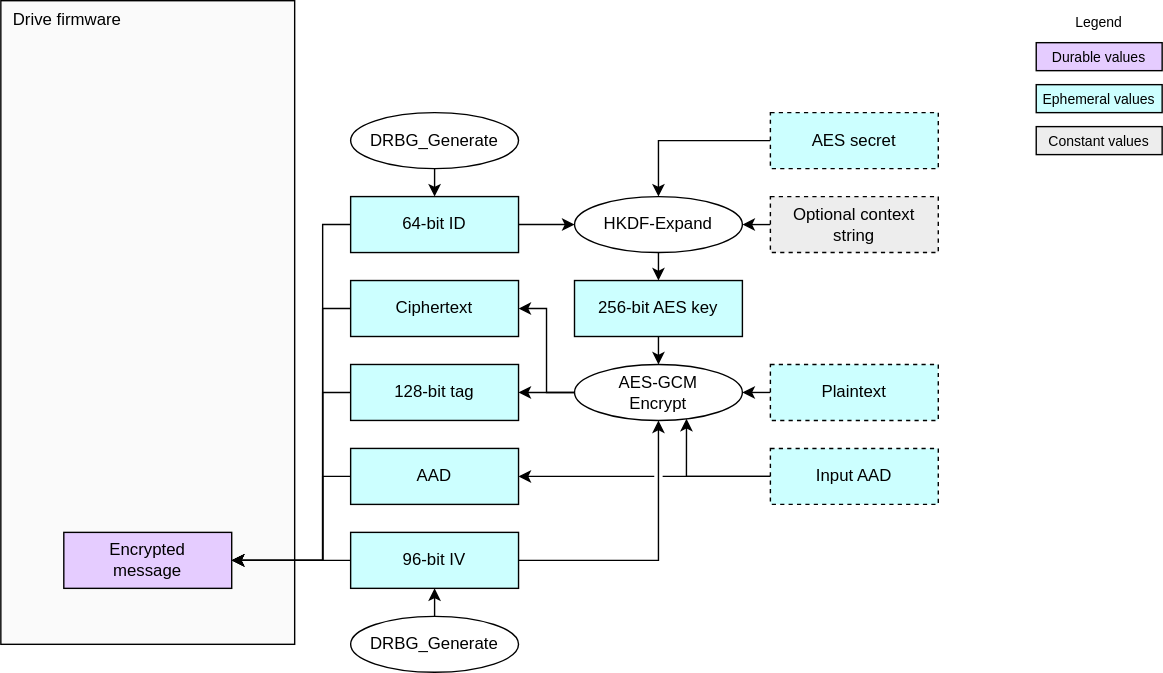
The draw.io diagram doc/ocp_lock/diagrams/preconditioned_aes_encrypt.drawio.svg in chipsalliance/Caliptra, before a commit. Source tidied: cells renumbered, new cells last; positions are measured from the earlier drawing's top-left corner, leaving out a move shared by most shapes.
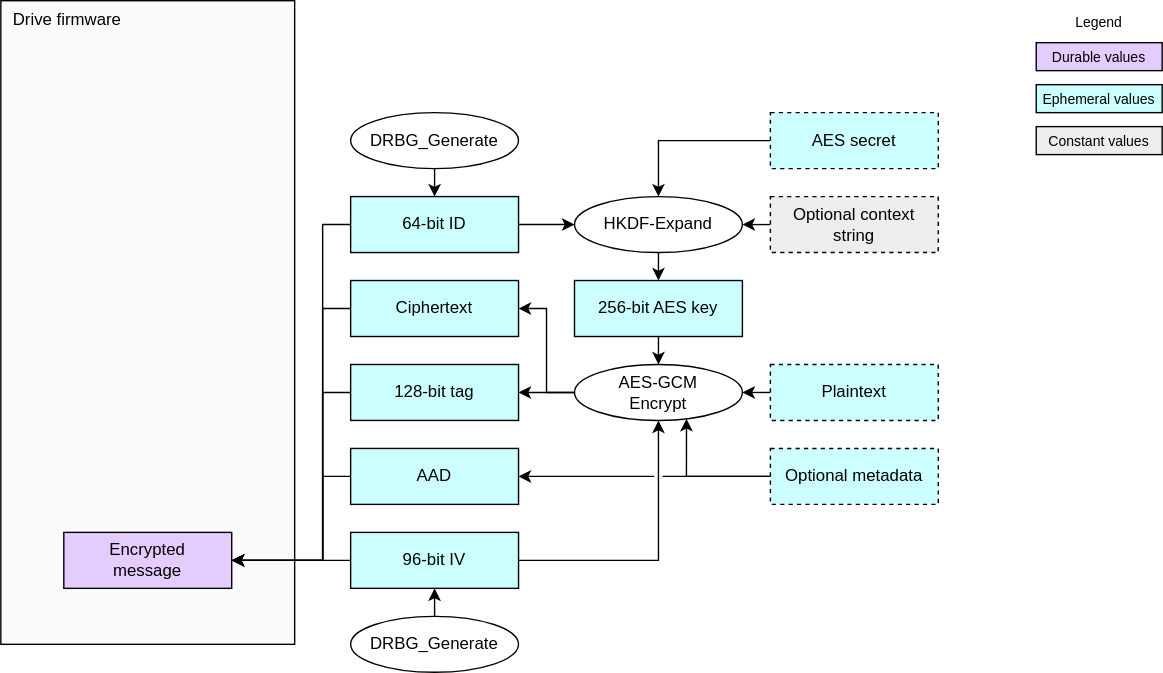
The same diagram one commit later.

Diff of the diagram source:
```diff
@@ -138,7 +138,7 @@
     <mxCell id="38" style="edgeStyle=orthogonalEdgeStyle;html=1;exitX=0;exitY=0.5;exitDx=0;exitDy=0;rounded=0;entryX=0.667;entryY=0.97;entryDx=0;entryDy=0;entryPerimeter=0;" parent="1" edge="1" source="39" target="11">
       <mxGeometry relative="1" as="geometry" />
     </mxCell>
-    <mxCell id="39" value="&lt;div&gt;&lt;font color=&quot;#000000&quot;&gt;Input AAD&lt;/font&gt;&lt;/div&gt;" style="rounded=0;whiteSpace=wrap;html=1;align=center;verticalAlign=middle;shadow=0;glass=0;spacingLeft=0;spacingBottom=0;spacingTop=0;fillColor=#CCFFFF;dashed=1;" parent="1" vertex="1">
+    <mxCell id="39" value="&lt;div&gt;&lt;font color=&quot;#000000&quot;&gt;Optional metadata&lt;/font&gt;&lt;/div&gt;" style="rounded=0;whiteSpace=wrap;html=1;align=center;verticalAlign=middle;shadow=0;glass=0;spacingLeft=0;spacingBottom=0;spacingTop=0;fillColor=#CCFFFF;dashed=1;" parent="1" vertex="1">
       <mxGeometry x="550" y="320" width="120" height="40" as="geometry" />
     </mxCell>
   </root>
```
